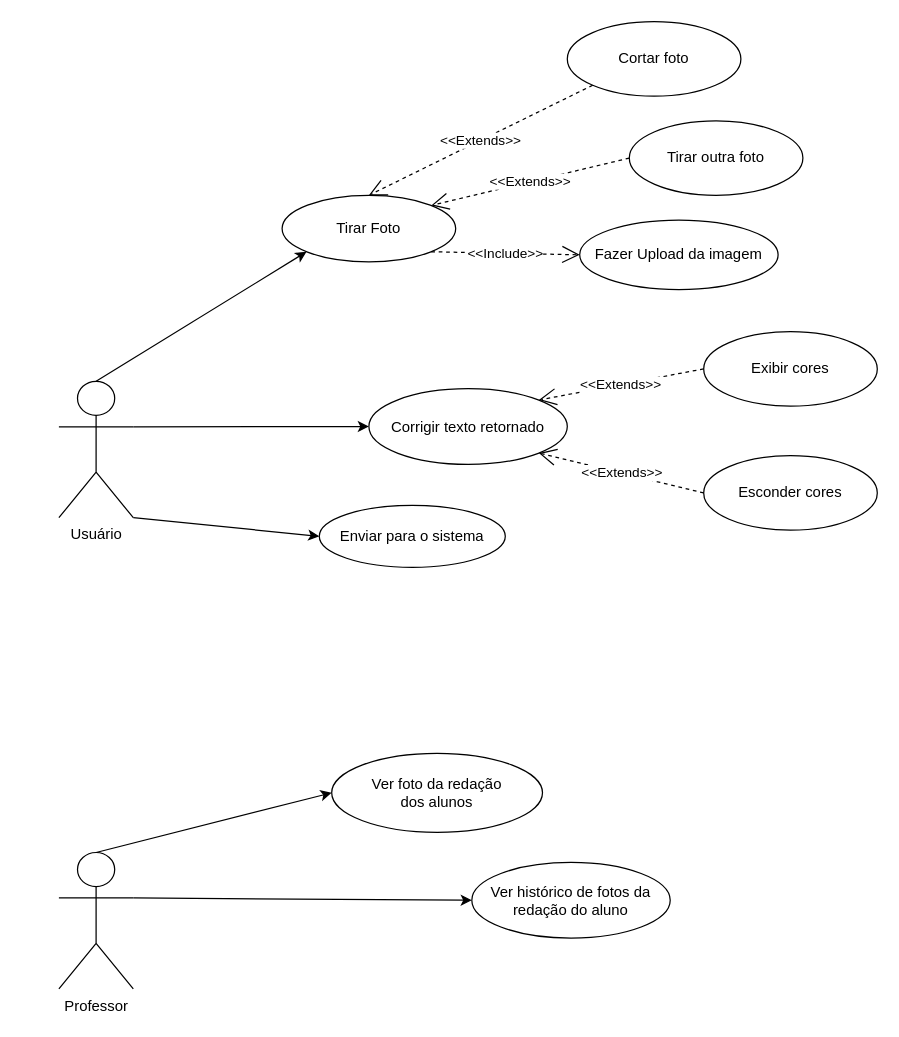
The draw.io diagram casos de uso.drawio in zanellaz/javascripto, before the edit. Source tidied: cells renumbered, new cells numbered last; positions are measured from the earlier drawing's top-left corner, leaving out a move shared by most shapes. Both pictures are drawn from the tidied source at 124%, with x=0, y=0 at pixel (58, 21).
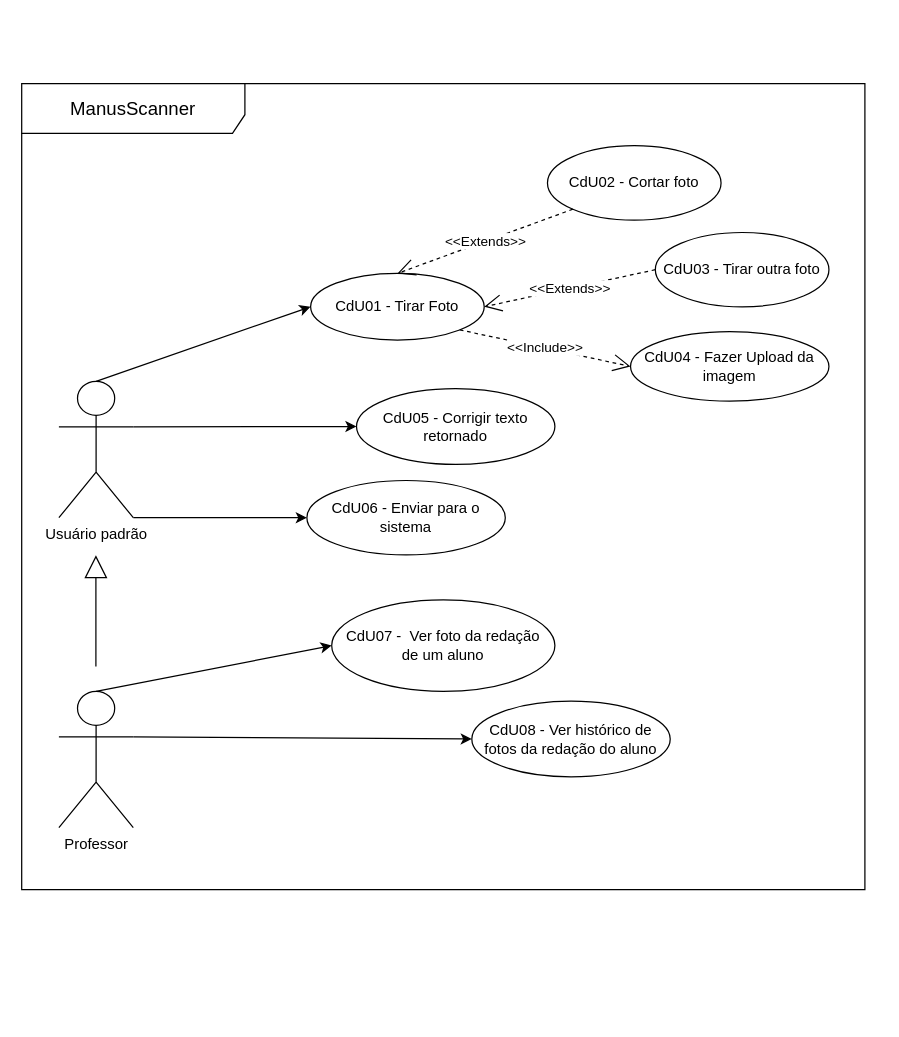
The same diagram, later.

The edit, as a diff of the source:
```diff
@@
-    <mxCell id="2" value="Usuário" style="shape=umlActor;verticalLabelPosition=bottom;verticalAlign=top;html=1;outlineConnect=0;" parent="1" vertex="1">
+    <mxCell id="2" value="Usuário padrão" style="shape=umlActor;verticalLabelPosition=bottom;verticalAlign=top;html=1;outlineConnect=0;" parent="1" vertex="1">
       <mxGeometry y="290" width="60" height="110" as="geometry" />
     </mxCell>
-    <mxCell id="3" style="endArrow=classic;html=1;rounded=0;entryX=0;entryY=1;entryDx=0;entryDy=0;exitX=0.5;exitY=0;exitDx=0;exitDy=0;exitPerimeter=0;" parent="1" edge="1" source="2" target="4">
+    <mxCell id="3" style="endArrow=classic;html=1;rounded=0;entryX=0;entryY=0.5;entryDx=0;entryDy=0;exitX=0.5;exitY=0;exitDx=0;exitDy=0;exitPerimeter=0;" parent="1" edge="1" source="2" target="4">
       <mxGeometry relative="1" as="geometry" />
     </mxCell>
-    <mxCell id="4" value="Tirar Foto" style="ellipse;whiteSpace=wrap;html=1;" parent="1" vertex="1">
-      <mxGeometry x="180" y="140" width="140" height="53.7" as="geometry" />
+    <mxCell id="4" value="CdU01 - Tirar Foto" style="ellipse;whiteSpace=wrap;html=1;" parent="1" vertex="1">
+      <mxGeometry x="203" y="203" width="140" height="53.7" as="geometry" />
     </mxCell>
-    <mxCell id="5" value="Fazer Upload da imagem" style="ellipse;whiteSpace=wrap;html=1;" parent="1" vertex="1">
-      <mxGeometry x="420" y="160" width="160" height="56" as="geometry" />
+    <mxCell id="5" value="CdU04 - Fazer Upload da imagem" style="ellipse;whiteSpace=wrap;html=1;" parent="1" vertex="1">
+      <mxGeometry x="461" y="250" width="160" height="56" as="geometry" />
     </mxCell>
-    <mxCell id="6" value="Cortar foto" style="ellipse;whiteSpace=wrap;html=1;" parent="1" vertex="1">
-      <mxGeometry x="410" width="140" height="60" as="geometry" />
+    <mxCell id="6" value="CdU02 - Cortar foto" style="ellipse;whiteSpace=wrap;html=1;" parent="1" vertex="1">
+      <mxGeometry x="394" y="100" width="140" height="60" as="geometry" />
     </mxCell>
-    <mxCell id="7" value="Tirar outra foto" style="ellipse;whiteSpace=wrap;html=1;" parent="1" vertex="1">
-      <mxGeometry x="460" y="80" width="140" height="60" as="geometry" />
+    <mxCell id="7" value="CdU03 - Tirar outra foto" style="ellipse;whiteSpace=wrap;html=1;" parent="1" vertex="1">
+      <mxGeometry x="481" y="170" width="140" height="60" as="geometry" />
     </mxCell>
@@
-    <mxCell id="9" value="Corrigir texto retornado" style="ellipse;whiteSpace=wrap;html=1;" parent="1" vertex="1">
-      <mxGeometry x="250" y="296" width="160" height="61" as="geometry" />
+    <mxCell id="9" value="CdU05 - Corrigir texto retornado" style="ellipse;whiteSpace=wrap;html=1;" parent="1" vertex="1">
+      <mxGeometry x="240" y="296" width="160" height="61" as="geometry" />
     </mxCell>
@@
-    <mxCell id="11" value="Enviar para o sistema" style="ellipse;whiteSpace=wrap;html=1;" parent="1" vertex="1">
-      <mxGeometry x="210" y="390" width="150" height="50" as="geometry" />
+    <mxCell id="11" value="CdU06 - Enviar para o sistema" style="ellipse;whiteSpace=wrap;html=1;" parent="1" vertex="1">
+      <mxGeometry x="200" y="370" width="160" height="60" as="geometry" />
     </mxCell>
@@
-    <mxCell id="13" value="&amp;lt;&amp;lt;Extends&amp;gt;&amp;gt;" style="endArrow=open;endSize=12;dashed=1;html=1;rounded=0;entryX=1;entryY=0;entryDx=0;entryDy=0;exitX=0;exitY=0.5;exitDx=0;exitDy=0;" parent="1" edge="1" source="7" target="4">
+    <mxCell id="13" value="&amp;lt;&amp;lt;Extends&amp;gt;&amp;gt;" style="endArrow=open;endSize=12;dashed=1;html=1;rounded=0;entryX=1;entryY=0.5;entryDx=0;entryDy=0;exitX=0;exitY=0.5;exitDx=0;exitDy=0;" parent="1" edge="1" source="7" target="4">
       <mxGeometry relative="1" as="geometry" />
     </mxCell>
@@
-    <mxCell id="15" value="Exibir cores" style="ellipse;whiteSpace=wrap;html=1;" parent="1" vertex="1">
-      <mxGeometry x="520" y="250" width="140" height="60" as="geometry" />
-    </mxCell>
-    <mxCell id="16" value="&amp;lt;&amp;lt;Extends&amp;gt;&amp;gt;" style="endArrow=open;endSize=12;dashed=1;html=1;rounded=0;exitX=0;exitY=0.5;exitDx=0;exitDy=0;entryX=1;entryY=0;entryDx=0;entryDy=0;" parent="1" edge="1" source="15" target="9">
-      <mxGeometry relative="1" as="geometry" />
-    </mxCell>
-    <mxCell id="17" value="Esconder cores" style="ellipse;whiteSpace=wrap;html=1;" parent="1" vertex="1">
-      <mxGeometry x="520" y="350" width="140" height="60" as="geometry" />
-    </mxCell>
-    <mxCell id="18" value="&amp;lt;&amp;lt;Extends&amp;gt;&amp;gt;" style="endArrow=open;endSize=12;dashed=1;html=1;rounded=0;exitX=0;exitY=0.5;exitDx=0;exitDy=0;entryX=1;entryY=1;entryDx=0;entryDy=0;" parent="1" edge="1" source="17" target="9">
-      <mxGeometry relative="1" as="geometry" />
-    </mxCell>
     <mxCell id="19" value="Professor" style="shape=umlActor;verticalLabelPosition=bottom;verticalAlign=top;html=1;outlineConnect=0;" parent="1" vertex="1">
-      <mxGeometry y="670" width="60" height="110" as="geometry" />
+      <mxGeometry y="540" width="60" height="110" as="geometry" />
     </mxCell>
@@
-    <mxCell id="21" value="Ver foto da redação&lt;br&gt; dos alunos" style="ellipse;whiteSpace=wrap;html=1;" parent="1" vertex="1">
-      <mxGeometry x="220" y="590" width="170" height="63.7" as="geometry" />
+    <mxCell id="21" value="CdU07 -&amp;nbsp; Ver foto da redação &lt;br&gt;de um aluno" style="ellipse;whiteSpace=wrap;html=1;" parent="1" vertex="1">
+      <mxGeometry x="220" y="466.3" width="180" height="73.7" as="geometry" />
     </mxCell>
@@
-    <mxCell id="23" value="Ver histórico de fotos da redação do aluno" style="ellipse;whiteSpace=wrap;html=1;" parent="1" vertex="1">
-      <mxGeometry x="333" y="678" width="160" height="61" as="geometry" />
+    <mxCell id="23" value="CdU08 - Ver histórico de fotos da redação do aluno" style="ellipse;whiteSpace=wrap;html=1;" parent="1" vertex="1">
+      <mxGeometry x="333" y="548" width="160" height="61" as="geometry" />
     </mxCell>
+    <mxCell id="24" value="&lt;font style=&quot;font-size: 15px;&quot;&gt;ManusScanner&lt;/font&gt;" style="shape=umlFrame;whiteSpace=wrap;html=1;width=180;height=40;" parent="1" vertex="1">
+      <mxGeometry x="-30" y="50" width="680" height="650" as="geometry" />
+    </mxCell>
+    <mxCell id="25" style="endArrow=block;endSize=16;endFill=0;html=1;rounded=0;exitX=0.088;exitY=0.723;exitDx=0;exitDy=0;exitPerimeter=0;entryX=0.088;entryY=0.585;entryDx=0;entryDy=0;entryPerimeter=0;" parent="1" edge="1" source="24" target="24">
+      <mxGeometry relative="1" as="geometry" />
+    </mxCell>
```
